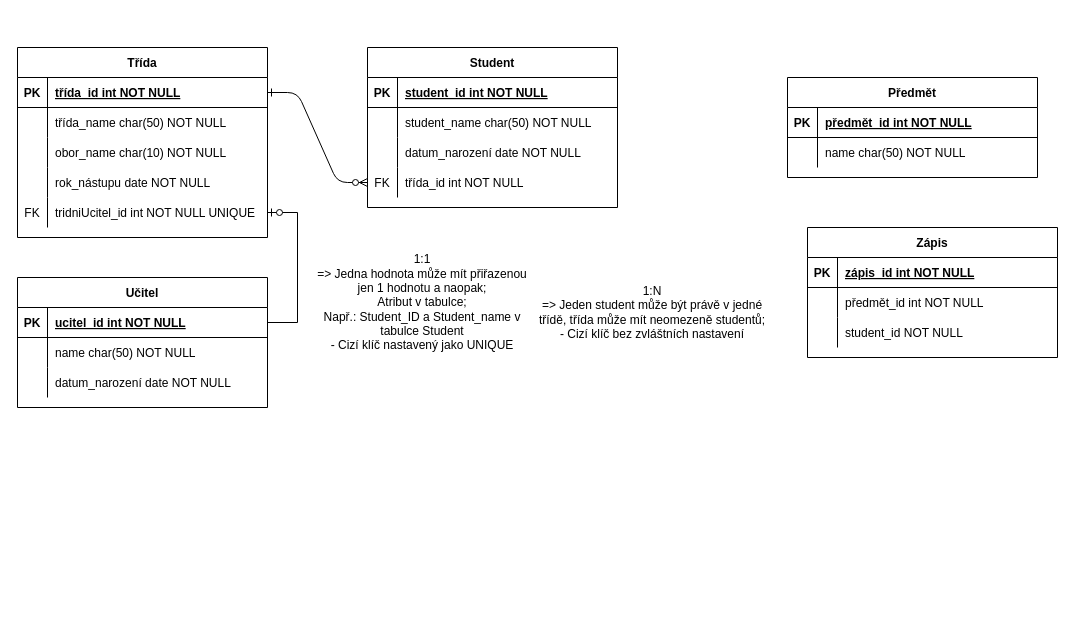
Before: 2020_IT/Databaze/ER_diagram.drawio in JaroslavHolecek/SPS_for_students, a draw.io diagram. Source tidied: cells renumbered, new cells numbered last; positions are measured from the earlier drawing's top-left corner, leaving out a move shared by most shapes. Both pictures are drawn from the tidied source at 100%, with x=0, y=0 at pixel (17, -28).
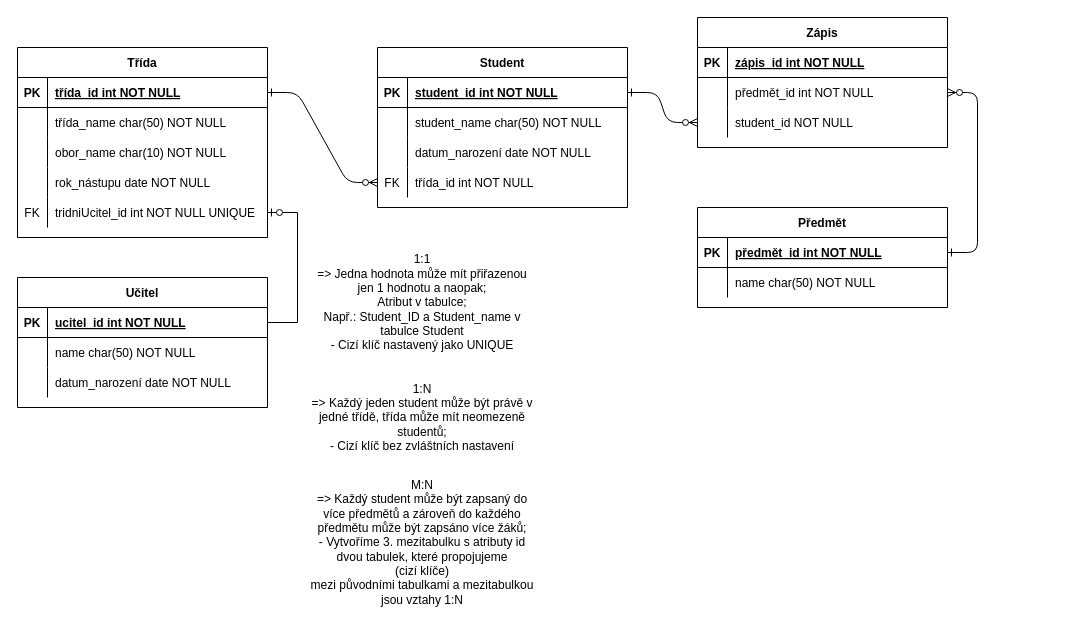
After the change.

Unchanged cells that the change refers to:
```xml
<mxCell id="19" style="shape=partialRectangle;fillColor=none;points=[[0,0.5],[1,0.5]];portConstraint=eastwest;top=0;left=0;right=0;bottom=1;" parent="18" vertex="1">
  <mxGeometry y="30" width="250" height="30" as="geometry" />
</mxCell>
<mxCell id="46" style="shape=partialRectangle;fillColor=none;points=[[0,0.5],[1,0.5]];portConstraint=eastwest;top=0;left=0;right=0;bottom=1;" parent="45" vertex="1">
  <mxGeometry y="30" width="250" height="30" as="geometry" />
</mxCell>
<mxCell id="56" style="shape=partialRectangle;fillColor=none;points=[[0,0.5],[1,0.5]];portConstraint=eastwest;top=0;left=0;right=0;bottom=0;" parent="52" vertex="1">
  <mxGeometry y="60" width="250" height="30" as="geometry" />
</mxCell>
<mxCell id="59" style="shape=partialRectangle;fillColor=none;points=[[0,0.5],[1,0.5]];portConstraint=eastwest;top=0;left=0;right=0;bottom=0;" parent="52" vertex="1">
  <mxGeometry y="90" width="250" height="30" as="geometry" />
</mxCell>
```

What changed in the source:
```diff
@@
     <mxCell id="18" value="Student" style="shape=table;startSize=30;childLayout=tableLayout;rowLines=0;fontStyle=1;align=center;" parent="1" vertex="1">
-      <mxGeometry x="350" y="75" width="250" height="160" as="geometry" />
+      <mxGeometry x="360" y="75" width="250" height="160" as="geometry" />
     </mxCell>
@@
-    <mxCell id="44" value="1:N&lt;br&gt;=&amp;gt; Jeden student může být právě v jedné třídě, třída může mít neomezeně studentů;&lt;br&gt;- Cizí klíč bez zvláštních nastavení" style="text;html=1;strokeColor=none;fillColor=none;align=center;verticalAlign=middle;whiteSpace=wrap;rounded=0;" parent="1" vertex="1">
-      <mxGeometry x="520" y="275" width="230" height="130" as="geometry" />
+    <mxCell id="44" value="1:N&lt;br&gt;=&amp;gt; Každý jeden student může být právě v jedné třídě, třída může mít neomezeně studentů;&lt;br&gt;- Cizí klíč bez zvláštních nastavení" style="text;html=1;strokeColor=none;fillColor=none;align=center;verticalAlign=middle;whiteSpace=wrap;rounded=0;" parent="1" vertex="1">
+      <mxGeometry x="290" y="405" width="230" height="80" as="geometry" />
     </mxCell>
     <mxCell id="45" value="Předmět" style="shape=table;startSize=30;childLayout=tableLayout;rowLines=0;fontStyle=1;align=center;" parent="1" vertex="1">
-      <mxGeometry x="770" y="105" width="250" height="100" as="geometry" />
+      <mxGeometry x="680" y="235" width="250" height="100" as="geometry" />
     </mxCell>
@@
     <mxCell id="52" value="Zápis" style="shape=table;startSize=30;childLayout=tableLayout;rowLines=0;fontStyle=1;align=center;" parent="1" vertex="1">
-      <mxGeometry x="790" y="255" width="250" height="130" as="geometry" />
+      <mxGeometry x="680" y="45" width="250" height="130" as="geometry" />
     </mxCell>
@@
+    <mxCell id="62" value="M:N&lt;br&gt;=&amp;gt; Každý student může být zapsaný do více předmětů a zároveň do každého předmětu může být zapsáno více žáků;&lt;br&gt;- Vytvoříme 3. mezitabulku s atributy id dvou tabulek, které propojujeme &lt;br&gt;(cizí klíče)&lt;br&gt;mezi původními tabulkami a mezitabulkou jsou vztahy 1:N" style="text;html=1;strokeColor=none;fillColor=none;align=center;verticalAlign=middle;whiteSpace=wrap;rounded=0;" parent="1" vertex="1">
+      <mxGeometry x="290" y="495" width="230" height="150" as="geometry" />
+    </mxCell>
+    <mxCell id="63" style="edgeStyle=entityRelationEdgeStyle;endArrow=ERzeroToMany;startArrow=ERone;endFill=1;startFill=0;" parent="1" edge="1" source="19" target="59">
+      <mxGeometry relative="1" as="geometry">
+        <Array as="points">
+          <mxPoint x="550" y="135" />
+          <mxPoint x="580" y="180" />
+        </Array>
+      </mxGeometry>
+    </mxCell>
+    <mxCell id="64" style="edgeStyle=entityRelationEdgeStyle;endArrow=ERzeroToMany;startArrow=ERone;endFill=1;startFill=0;" parent="1" edge="1" source="46" target="56">
+      <mxGeometry relative="1" as="geometry">
+        <Array as="points">
+          <mxPoint x="660" y="-125" />
+          <mxPoint x="690" y="-80" />
+        </Array>
+      </mxGeometry>
+    </mxCell>
```
